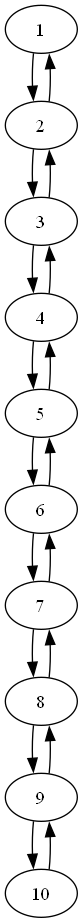
The Graphviz diagram src/graph.dot.png in RenatBogdanov/Struct2025_Lab_2, before a commit. Its source is kept beside it as src/graph.dot.
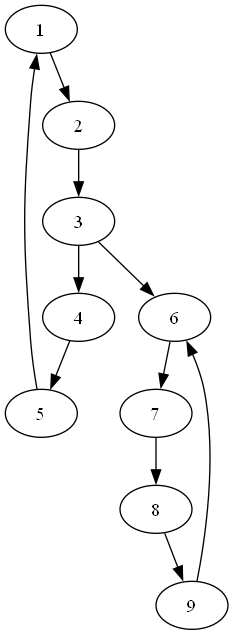
The same file after the commit.

Diff of the diagram source:
```diff
@@ -1,20 +1,12 @@
 digraph G {
     1 -> 2;
-    2 -> 1;
     2 -> 3;
-    3 -> 2;
     3 -> 4;
-    4 -> 3;
+    3 -> 6;
     4 -> 5;
-    5 -> 4;
-    5 -> 6;
-    6 -> 5;
+    5 -> 1;
     6 -> 7;
-    7 -> 6;
     7 -> 8;
-    8 -> 7;
     8 -> 9;
-    9 -> 8;
-    9 -> 10;
-    10 -> 9;
+    9 -> 6;
 }
```
